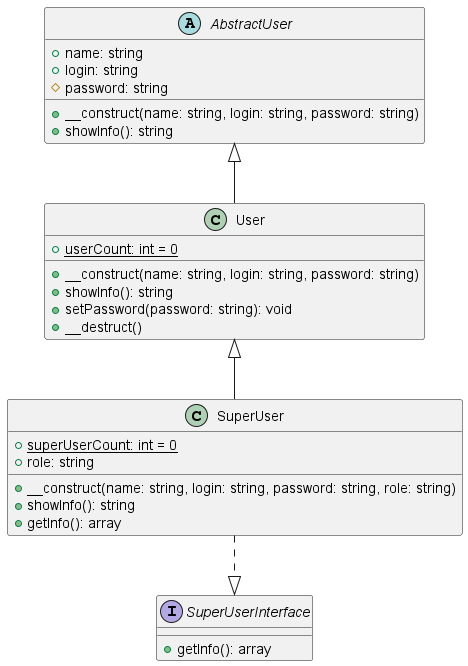
This is lab1/uml_diagram.png from vitakurakina/web_programming, a PlantUML export, as it was before one commit.
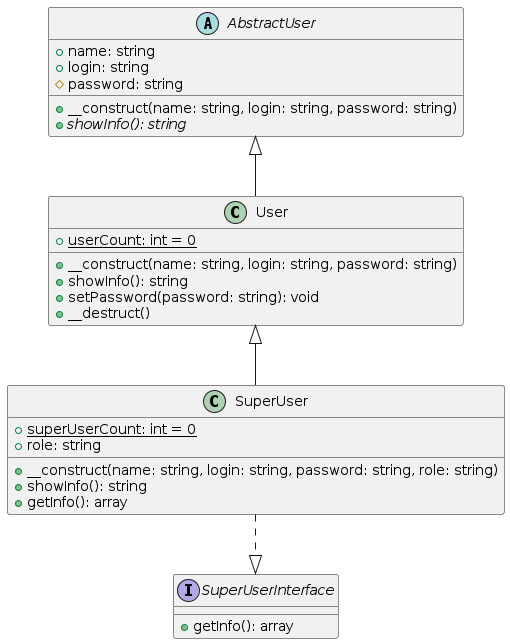
Above is the later version.

Diff of the diagram source:
```diff
@@ -4,7 +4,7 @@
     + login: string
     # password: string
     + __construct(name: string, login: string, password: string)
-    + showInfo(): string
+    + {abstract} showInfo(): string
   }
 
   interface SuperUserInterface {
```
